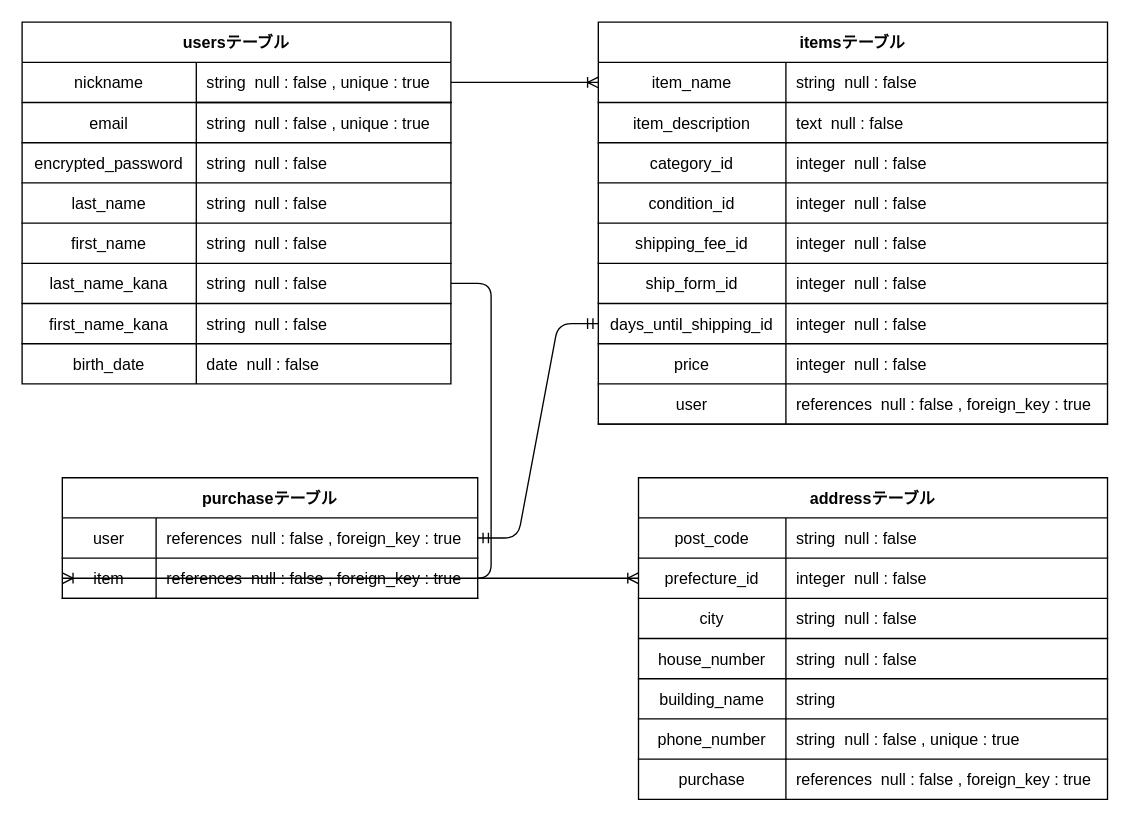
ka91uver/furima-31133 keeps this draw.io diagram as furima-31133.dio. Above is the earlier version. Source tidied: cells renumbered, new cells numbered last; positions are measured from the earlier drawing's top-left corner, leaving out a move shared by most shapes. Both pictures are drawn from the tidied source at 134%, with x=0, y=0 at pixel (21, 21).
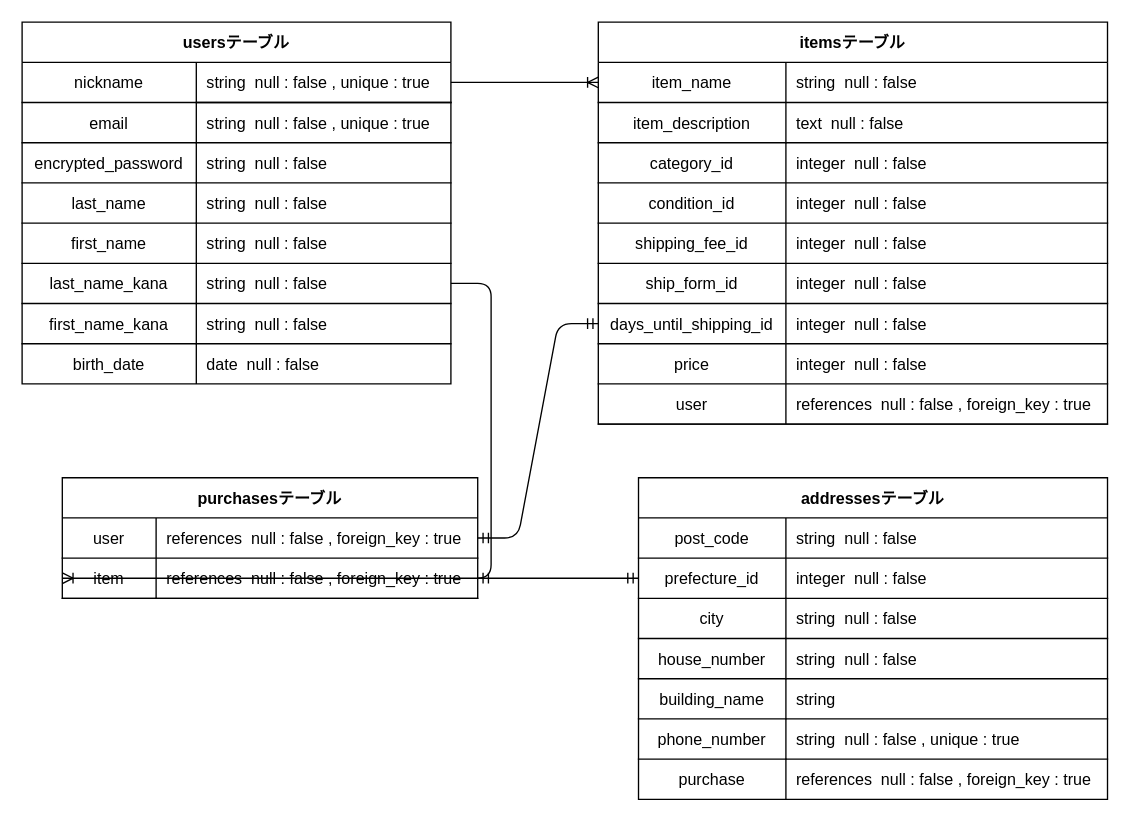
The same page after the edit.

Commit message (it also covers changes not shown here):
DB-ER図の修正8(アソシエーション変更)

購入者は一つの住所なのでhas_oneを使う

Unchanged cells that the change refers to:
```xml
<mxCell id="62" style="shape=partialRectangle;fillColor=none;top=0;left=0;bottom=0;right=0;points=[[0,0.5],[1,0.5]];portConstraint=eastwest;" parent="58" vertex="1">
  <mxGeometry y="60" width="310" height="30" as="geometry" />
</mxCell>
<mxCell id="70" style="shape=partialRectangle;fillColor=none;top=0;left=0;bottom=0;right=0;points=[[0,0.5],[1,0.5]];portConstraint=eastwest;" parent="66" vertex="1">
  <mxGeometry y="60" width="350" height="30" as="geometry" />
</mxCell>
```

Diff of the diagram source:
```diff
@@
-    <mxCell id="4" style="edgeStyle=entityRelationEdgeStyle;fontSize=12;html=1;endArrow=ERoneToMany;entryX=0;entryY=0.5;entryDx=0;entryDy=0;exitX=1;exitY=0.5;exitDx=0;exitDy=0;" parent="1" edge="1" source="62" target="70">
-      <mxGeometry relative="1" as="geometry" />
-    </mxCell>
@@
-    <mxCell id="58" value="purchaseテーブル" style="shape=table;startSize=30;childLayout=tableLayout;rowLines=0;fontStyle=1;align=center;fillColor=none;" parent="1" vertex="1">
+    <mxCell id="58" value="purchasesテーブル" style="shape=table;startSize=30;childLayout=tableLayout;rowLines=0;fontStyle=1;align=center;fillColor=none;" parent="1" vertex="1">
       <mxGeometry x="30" y="340" width="310" height="90" as="geometry" />
     </mxCell>
@@
-    <mxCell id="66" value="addressテーブル" style="shape=table;startSize=30;childLayout=tableLayout;rowLines=0;fontStyle=1;align=center;fillColor=none;" parent="1" vertex="1">
+    <mxCell id="66" value="addressesテーブル" style="shape=table;startSize=30;childLayout=tableLayout;rowLines=0;fontStyle=1;align=center;fillColor=none;" parent="1" vertex="1">
       <mxGeometry x="460" y="340" width="350" height="240" as="geometry" />
     </mxCell>
@@
+    <mxCell id="4" style="edgeStyle=entityRelationEdgeStyle;fontSize=12;html=1;endArrow=ERmandOne;startArrow=ERmandOne;entryX=0;entryY=0.5;entryDx=0;entryDy=0;exitX=1;exitY=0.5;exitDx=0;exitDy=0;" parent="1" edge="1" source="62" target="70">
+      <mxGeometry relative="1" as="geometry" />
+    </mxCell>
```
